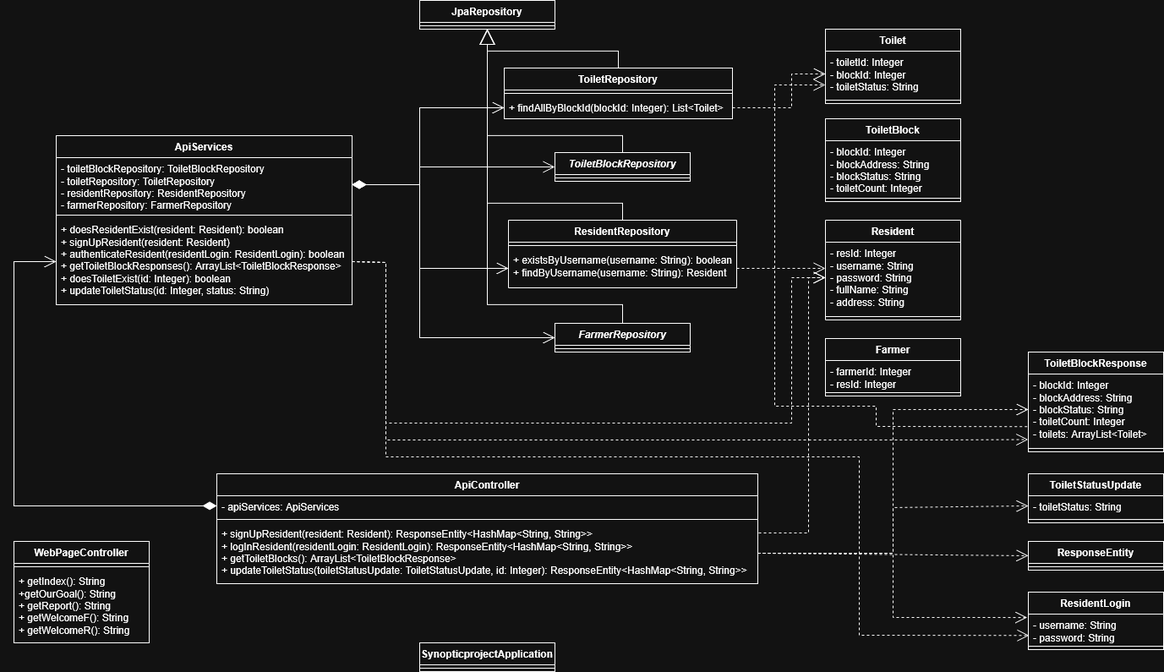
Earlier version of the draw.io export doc/uml/class-diagram.drawio.png (mcttn22/cmp-synoptic-project). Source tidied: cells renumbered, new cells last; positions are measured from the earlier drawing's top-left corner, leaving out a move shared by most shapes.
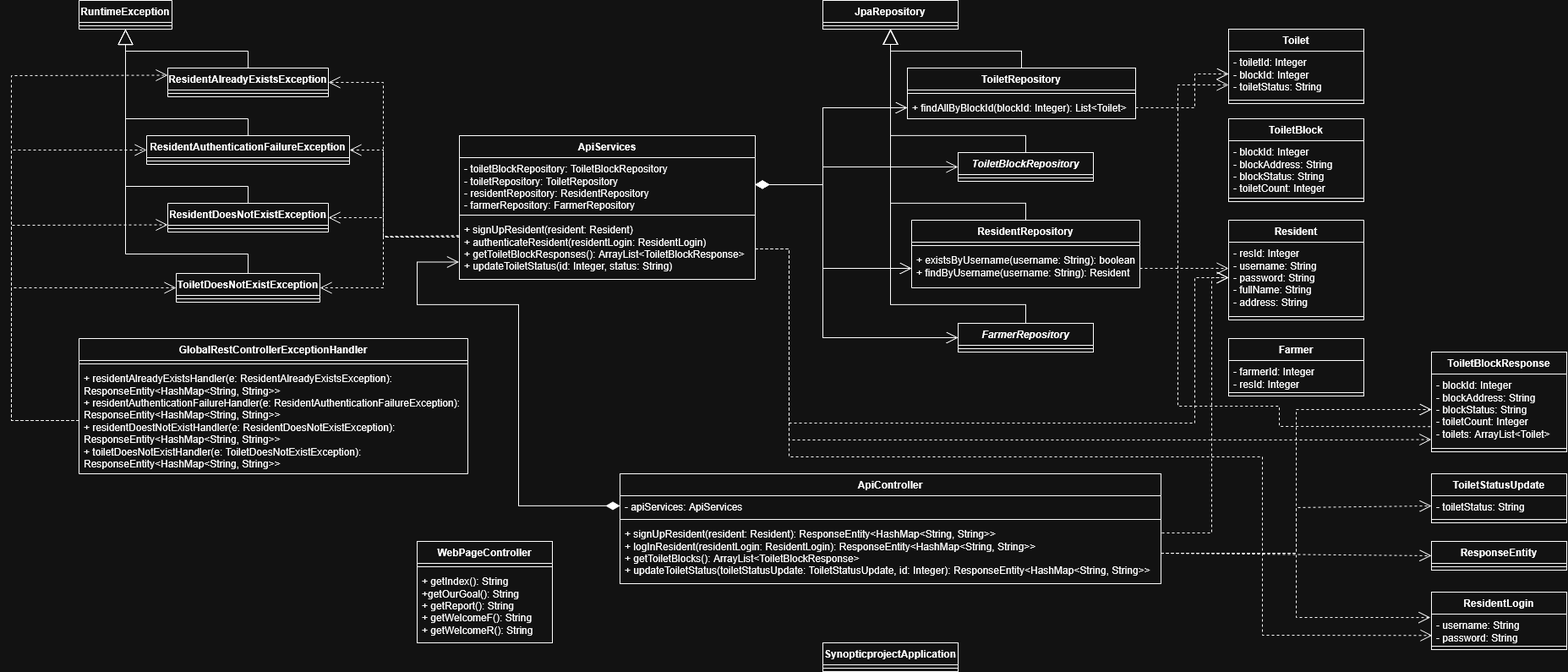
The same diagram one commit later.

The edit, as a diff of the source:
```diff
@@ -139,7 +139,7 @@
       <mxGeometry y="50" width="160" height="8" as="geometry" />
     </mxCell>
     <mxCell id="39" value="ApiServices" style="swimlane;fontStyle=1;align=center;verticalAlign=top;horizontal=1;startSize=26;whiteSpace=wrap;html=1;" parent="1" vertex="1">
-      <mxGeometry x="50" y="160" width="350" height="200" as="geometry" />
+      <mxGeometry x="50" y="160" width="350" height="170" as="geometry" />
     </mxCell>
     <mxCell id="40" value="&lt;div&gt;- toiletBlockRepository: ToiletBlockRepository&lt;/div&gt;&lt;div&gt;- toiletRepository: ToiletRepository&lt;/div&gt;&lt;div&gt;- residentRepository: ResidentRepository&lt;/div&gt;&lt;div&gt;- farmerRepository: FarmerRepository&lt;/div&gt;" style="text;strokeColor=none;fillColor=none;align=left;verticalAlign=top;spacingLeft=4;spacingRight=4;overflow=hidden;points=[[0,0.5],[1,0.5]];portConstraint=eastwest;whiteSpace=wrap;html=1;" parent="39" vertex="1">
       <mxGeometry y="26" width="350" height="64" as="geometry" />
@@ -147,8 +147,8 @@
     <mxCell id="41" style="line;strokeWidth=1;fillColor=none;align=left;verticalAlign=middle;spacingTop=-1;spacingLeft=3;spacingRight=3;labelPosition=right;strokeColor=inherit;" parent="39" vertex="1">
       <mxGeometry y="90" width="350" height="8" as="geometry" />
     </mxCell>
-    <mxCell id="42" value="&lt;div&gt;+ doesResidentExist(resident: Resident): boolean&lt;/div&gt;&lt;div&gt;+ signUpResident(resident: Resident)&lt;/div&gt;&lt;div&gt;+ authenticateResident(residentLogin: ResidentLogin): boolean&lt;/div&gt;&lt;div&gt;+ getToiletBlockResponses(): ArrayList&amp;lt;ToiletBlockResponse&amp;gt;&lt;/div&gt;&lt;div&gt;+ doesToiletExist(id: Integer): boolean&lt;/div&gt;&lt;div&gt;+ updateToiletStatus(id: Integer, status: String)&lt;/div&gt;" style="text;strokeColor=none;fillColor=none;align=left;verticalAlign=top;spacingLeft=4;spacingRight=4;overflow=hidden;points=[[0,0.5],[1,0.5]];portConstraint=eastwest;whiteSpace=wrap;html=1;" parent="39" vertex="1">
-      <mxGeometry y="98" width="350" height="102" as="geometry" />
+    <mxCell id="42" value="&lt;div&gt;+ signUpResident(resident: Resident)&lt;/div&gt;&lt;div&gt;+ authenticateResident(residentLogin: ResidentLogin)&lt;/div&gt;&lt;div&gt;+ getToiletBlockResponses(): ArrayList&amp;lt;ToiletBlockResponse&amp;gt;&lt;/div&gt;&lt;div&gt;+ updateToiletStatus(id: Integer, status: String)&lt;/div&gt;" style="text;strokeColor=none;fillColor=none;align=left;verticalAlign=top;spacingLeft=4;spacingRight=4;overflow=hidden;points=[[0,0.5],[1,0.5]];portConstraint=eastwest;whiteSpace=wrap;html=1;" parent="39" vertex="1">
+      <mxGeometry y="98" width="350" height="72" as="geometry" />
     </mxCell>
     <mxCell id="43" value="ToiletRepository" style="swimlane;fontStyle=1;align=center;verticalAlign=top;horizontal=1;startSize=26;whiteSpace=wrap;html=1;" parent="1" vertex="1">
       <mxGeometry x="580" y="80" width="270" height="60" as="geometry" />
@@ -167,11 +167,13 @@
         </Array>
       </mxGeometry>
     </mxCell>
-    <mxCell id="47" style="endArrow=open;html=1;endSize=12;startArrow=diamondThin;startSize=14;startFill=1;edgeStyle=orthogonalEdgeStyle;align=left;verticalAlign=bottom;rounded=0;entryX=0;entryY=0.5;entryDx=0;entryDy=0;exitX=0;exitY=0.5;exitDx=0;exitDy=0;" parent="1" edge="1" source="3" target="42">
+    <mxCell id="47" style="endArrow=open;html=1;endSize=12;startArrow=diamondThin;startSize=14;startFill=1;edgeStyle=orthogonalEdgeStyle;align=left;verticalAlign=bottom;rounded=0;exitX=0;exitY=0.5;exitDx=0;exitDy=0;entryX=-0.002;entryY=0.717;entryDx=0;entryDy=0;entryPerimeter=0;" parent="1" edge="1" source="3" target="42">
       <mxGeometry x="-1" y="3" relative="1" as="geometry">
         <Array as="points">
-          <mxPoint y="598" />
-          <mxPoint y="309" />
+          <mxPoint x="120" y="598" />
+          <mxPoint x="120" y="360" />
+          <mxPoint y="360" />
+          <mxPoint y="310" />
         </Array>
       </mxGeometry>
     </mxCell>
@@ -246,7 +248,7 @@
     <mxCell id="58" style="endArrow=open;endSize=12;dashed=1;html=1;rounded=0;exitX=1;exitY=0.5;exitDx=0;exitDy=0;entryX=0.006;entryY=0.744;entryDx=0;entryDy=0;entryPerimeter=0;" parent="1" edge="1" source="42" target="31">
       <mxGeometry relative="1" as="geometry">
         <Array as="points">
-          <mxPoint x="440" y="310" />
+          <mxPoint x="440" y="294" />
           <mxPoint x="440" y="540" />
           <mxPoint x="720" y="540" />
           <mxPoint x="1000" y="540" />
@@ -266,7 +268,7 @@
     <mxCell id="62" style="endArrow=open;endSize=12;dashed=1;html=1;rounded=0;exitX=1;exitY=0.5;exitDx=0;exitDy=0;entryX=0;entryY=0.5;entryDx=0;entryDy=0;" parent="1" edge="1" source="42" target="64">
       <mxGeometry relative="1" as="geometry">
         <Array as="points">
-          <mxPoint x="440" y="310" />
+          <mxPoint x="440" y="294" />
           <mxPoint x="440" y="500" />
           <mxPoint x="680" y="500" />
           <mxPoint x="920" y="500" />
@@ -294,7 +296,7 @@
     <mxCell id="67" style="endArrow=open;endSize=12;dashed=1;html=1;rounded=0;exitX=1;exitY=0.5;exitDx=0;exitDy=0;entryX=-0.001;entryY=0.923;entryDx=0;entryDy=0;entryPerimeter=0;" parent="1" edge="1" source="42" target="34">
       <mxGeometry relative="1" as="geometry">
         <Array as="points">
-          <mxPoint x="440" y="310" />
+          <mxPoint x="440" y="294" />
           <mxPoint x="440" y="520" />
           <mxPoint x="560" y="520" />
           <mxPoint x="1090" y="520" />
@@ -321,5 +323,140 @@
         </Array>
       </mxGeometry>
     </mxCell>
+    <mxCell id="70" value="GlobalRestControllerExceptionHandler" style="swimlane;fontStyle=1;align=center;verticalAlign=top;horizontal=1;startSize=26;whiteSpace=wrap;html=1;" parent="1" vertex="1">
+      <mxGeometry x="-400" y="400" width="460" height="160" as="geometry" />
+    </mxCell>
+    <mxCell id="71" style="line;strokeWidth=1;fillColor=none;align=left;verticalAlign=middle;spacingTop=-1;spacingLeft=3;spacingRight=3;labelPosition=right;strokeColor=inherit;" parent="70" vertex="1">
+      <mxGeometry y="26" width="460" height="8" as="geometry" />
+    </mxCell>
+    <mxCell id="72" value="&lt;div&gt;+ residentAlreadyExistsHandler(e: ResidentAlreadyExistsException): ResponseEntity&amp;lt;HashMap&amp;lt;String, String&amp;gt;&amp;gt;&lt;/div&gt;&lt;div&gt;+ residentAuthenticationFailureHandler(e: ResidentAuthenticationFailureException): ResponseEntity&amp;lt;HashMap&amp;lt;String, String&amp;gt;&amp;gt;&lt;/div&gt;&lt;div&gt;+ residentDoestNotExistHandler(e: ResidentDoesNotExistException): ResponseEntity&amp;lt;HashMap&amp;lt;String, String&amp;gt;&amp;gt;&lt;/div&gt;&lt;div&gt;+ toiletDoesNotExistHandler(e: ToiletDoesNotExistException): ResponseEntity&amp;lt;HashMap&amp;lt;String, String&amp;gt;&amp;gt;&lt;/div&gt;" style="text;strokeColor=none;fillColor=none;align=left;verticalAlign=top;spacingLeft=4;spacingRight=4;overflow=hidden;points=[[0,0.5],[1,0.5]];portConstraint=eastwest;whiteSpace=wrap;html=1;" parent="70" vertex="1">
+      <mxGeometry y="34" width="460" height="126" as="geometry" />
+    </mxCell>
+    <mxCell id="73" value="ResidentAlreadyExistsException" style="swimlane;fontStyle=1;align=center;verticalAlign=top;horizontal=1;startSize=26;whiteSpace=wrap;html=1;" parent="1" vertex="1">
+      <mxGeometry x="-295" y="80" width="190" height="34" as="geometry" />
+    </mxCell>
+    <mxCell id="74" style="line;strokeWidth=1;fillColor=none;align=left;verticalAlign=middle;spacingTop=-1;spacingLeft=3;spacingRight=3;labelPosition=right;strokeColor=inherit;" parent="73" vertex="1">
+      <mxGeometry y="26" width="190" height="8" as="geometry" />
+    </mxCell>
+    <mxCell id="75" value="ResidentAuthenticationFailureException" style="swimlane;fontStyle=1;align=center;verticalAlign=top;horizontal=1;startSize=26;whiteSpace=wrap;html=1;" parent="1" vertex="1">
+      <mxGeometry x="-320" y="160" width="240" height="34" as="geometry" />
+    </mxCell>
+    <mxCell id="76" style="line;strokeWidth=1;fillColor=none;align=left;verticalAlign=middle;spacingTop=-1;spacingLeft=3;spacingRight=3;labelPosition=right;strokeColor=inherit;" parent="75" vertex="1">
+      <mxGeometry y="26" width="240" height="8" as="geometry" />
+    </mxCell>
+    <mxCell id="77" value="ResidentDoesNotExistException" style="swimlane;fontStyle=1;align=center;verticalAlign=top;horizontal=1;startSize=26;whiteSpace=wrap;html=1;" parent="1" vertex="1">
+      <mxGeometry x="-295" y="240" width="190" height="34" as="geometry" />
+    </mxCell>
+    <mxCell id="78" style="line;strokeWidth=1;fillColor=none;align=left;verticalAlign=middle;spacingTop=-1;spacingLeft=3;spacingRight=3;labelPosition=right;strokeColor=inherit;" parent="77" vertex="1">
+      <mxGeometry y="26" width="190" height="8" as="geometry" />
+    </mxCell>
+    <mxCell id="79" value="ToiletDoesNotExistException" style="swimlane;fontStyle=1;align=center;verticalAlign=top;horizontal=1;startSize=26;whiteSpace=wrap;html=1;" parent="1" vertex="1">
+      <mxGeometry x="-285" y="323" width="170" height="34" as="geometry" />
+    </mxCell>
+    <mxCell id="80" style="line;strokeWidth=1;fillColor=none;align=left;verticalAlign=middle;spacingTop=-1;spacingLeft=3;spacingRight=3;labelPosition=right;strokeColor=inherit;" parent="79" vertex="1">
+      <mxGeometry y="26" width="170" height="8" as="geometry" />
+    </mxCell>
+    <mxCell id="81" value="RuntimeException" style="swimlane;fontStyle=1;align=center;verticalAlign=top;horizontal=1;startSize=26;whiteSpace=wrap;html=1;" parent="1" vertex="1">
+      <mxGeometry x="-400" width="110" height="34" as="geometry" />
+    </mxCell>
+    <mxCell id="82" style="line;strokeWidth=1;fillColor=none;align=left;verticalAlign=middle;spacingTop=-1;spacingLeft=3;spacingRight=3;labelPosition=right;strokeColor=inherit;" parent="81" vertex="1">
+      <mxGeometry y="26" width="110" height="8" as="geometry" />
+    </mxCell>
+    <mxCell id="83" style="endArrow=block;endSize=16;endFill=0;html=1;rounded=0;exitX=0.5;exitY=0;exitDx=0;exitDy=0;" parent="1" edge="1" source="75" target="81">
+      <mxGeometry relative="1" as="geometry">
+        <Array as="points">
+          <mxPoint x="-200" y="140" />
+          <mxPoint x="-345" y="140" />
+        </Array>
+      </mxGeometry>
+    </mxCell>
+    <mxCell id="84" style="endArrow=block;endSize=16;endFill=0;html=1;rounded=0;exitX=0.5;exitY=0;exitDx=0;exitDy=0;entryX=0.5;entryY=1;entryDx=0;entryDy=0;" parent="1" edge="1" source="73" target="81">
+      <mxGeometry relative="1" as="geometry">
+        <Array as="points">
+          <mxPoint x="-200" y="60" />
+          <mxPoint x="-345" y="60" />
+        </Array>
+      </mxGeometry>
+    </mxCell>
+    <mxCell id="85" style="endArrow=block;endSize=16;endFill=0;html=1;rounded=0;exitX=0.5;exitY=0;exitDx=0;exitDy=0;entryX=0.5;entryY=1;entryDx=0;entryDy=0;" parent="1" edge="1" source="77" target="81">
+      <mxGeometry relative="1" as="geometry">
+        <Array as="points">
+          <mxPoint x="-200" y="220" />
+          <mxPoint x="-345" y="220" />
+        </Array>
+      </mxGeometry>
+    </mxCell>
+    <mxCell id="86" style="endArrow=block;endSize=16;endFill=0;html=1;rounded=0;exitX=0.5;exitY=0;exitDx=0;exitDy=0;entryX=0.5;entryY=1;entryDx=0;entryDy=0;" parent="1" edge="1" source="79" target="81">
+      <mxGeometry relative="1" as="geometry">
+        <Array as="points">
+          <mxPoint x="-200" y="300" />
+          <mxPoint x="-345" y="300" />
+        </Array>
+      </mxGeometry>
+    </mxCell>
+    <mxCell id="87" style="endArrow=open;endSize=12;dashed=1;html=1;rounded=0;exitX=0;exitY=0.5;exitDx=0;exitDy=0;entryX=0;entryY=0.5;entryDx=0;entryDy=0;" parent="1" edge="1" source="72" target="79">
+      <mxGeometry relative="1" as="geometry">
+        <Array as="points">
+          <mxPoint x="-480" y="497" />
+          <mxPoint x="-480" y="340" />
+        </Array>
+      </mxGeometry>
+    </mxCell>
+    <mxCell id="88" style="endArrow=open;endSize=12;dashed=1;html=1;rounded=0;exitX=0;exitY=0.5;exitDx=0;exitDy=0;entryX=0;entryY=0.75;entryDx=0;entryDy=0;" parent="1" edge="1" source="72" target="77">
+      <mxGeometry relative="1" as="geometry">
+        <Array as="points">
+          <mxPoint x="-480" y="497" />
+          <mxPoint x="-480" y="266" />
+        </Array>
+      </mxGeometry>
+    </mxCell>
+    <mxCell id="89" style="endArrow=open;endSize=12;dashed=1;html=1;rounded=0;exitX=0;exitY=0.5;exitDx=0;exitDy=0;entryX=0;entryY=0.5;entryDx=0;entryDy=0;" parent="1" edge="1" source="72" target="75">
+      <mxGeometry relative="1" as="geometry">
+        <Array as="points">
+          <mxPoint x="-480" y="497" />
+          <mxPoint x="-480" y="177" />
+        </Array>
+      </mxGeometry>
+    </mxCell>
+    <mxCell id="90" style="endArrow=open;endSize=12;dashed=1;html=1;rounded=0;exitX=0;exitY=0.5;exitDx=0;exitDy=0;entryX=0;entryY=0.25;entryDx=0;entryDy=0;" parent="1" edge="1" source="72" target="73">
+      <mxGeometry relative="1" as="geometry">
+        <Array as="points">
+          <mxPoint x="-480" y="497" />
+          <mxPoint x="-480" y="89" />
+        </Array>
+      </mxGeometry>
+    </mxCell>
+    <mxCell id="91" style="endArrow=open;endSize=12;dashed=1;html=1;rounded=0;exitX=-0.003;exitY=0.285;exitDx=0;exitDy=0;exitPerimeter=0;entryX=1;entryY=0.5;entryDx=0;entryDy=0;" parent="1" edge="1" source="42" target="73">
+      <mxGeometry relative="1" as="geometry">
+        <Array as="points">
+          <mxPoint x="-40" y="279" />
+          <mxPoint x="-40" y="97" />
+        </Array>
+      </mxGeometry>
+    </mxCell>
+    <mxCell id="92" style="endArrow=open;endSize=12;dashed=1;html=1;rounded=0;entryX=1;entryY=0.5;entryDx=0;entryDy=0;exitX=0.001;exitY=0.306;exitDx=0;exitDy=0;exitPerimeter=0;" parent="1" edge="1" source="42" target="75">
+      <mxGeometry relative="1" as="geometry">
+        <Array as="points">
+          <mxPoint x="-40" y="280" />
+          <mxPoint x="-40" y="177" />
+        </Array>
+      </mxGeometry>
+    </mxCell>
+    <mxCell id="93" style="endArrow=open;endSize=12;dashed=1;html=1;rounded=0;exitX=-0.002;exitY=0.282;exitDx=0;exitDy=0;exitPerimeter=0;entryX=1;entryY=0.5;entryDx=0;entryDy=0;" parent="1" edge="1" source="42" target="77">
+      <mxGeometry relative="1" as="geometry">
+        <Array as="points">
+          <mxPoint x="-40" y="280" />
+          <mxPoint x="-40" y="257" />
+        </Array>
+      </mxGeometry>
+    </mxCell>
+    <mxCell id="94" style="endArrow=open;endSize=12;dashed=1;html=1;rounded=0;exitX=0.001;exitY=0.306;exitDx=0;exitDy=0;exitPerimeter=0;entryX=1;entryY=0.5;entryDx=0;entryDy=0;" parent="1" edge="1" source="42" target="79">
+      <mxGeometry relative="1" as="geometry">
+        <Array as="points">
+          <mxPoint x="-40" y="280" />
+          <mxPoint x="-40" y="340" />
+        </Array>
+      </mxGeometry>
+    </mxCell>
   </root>
 </mxGraphModel>
```
